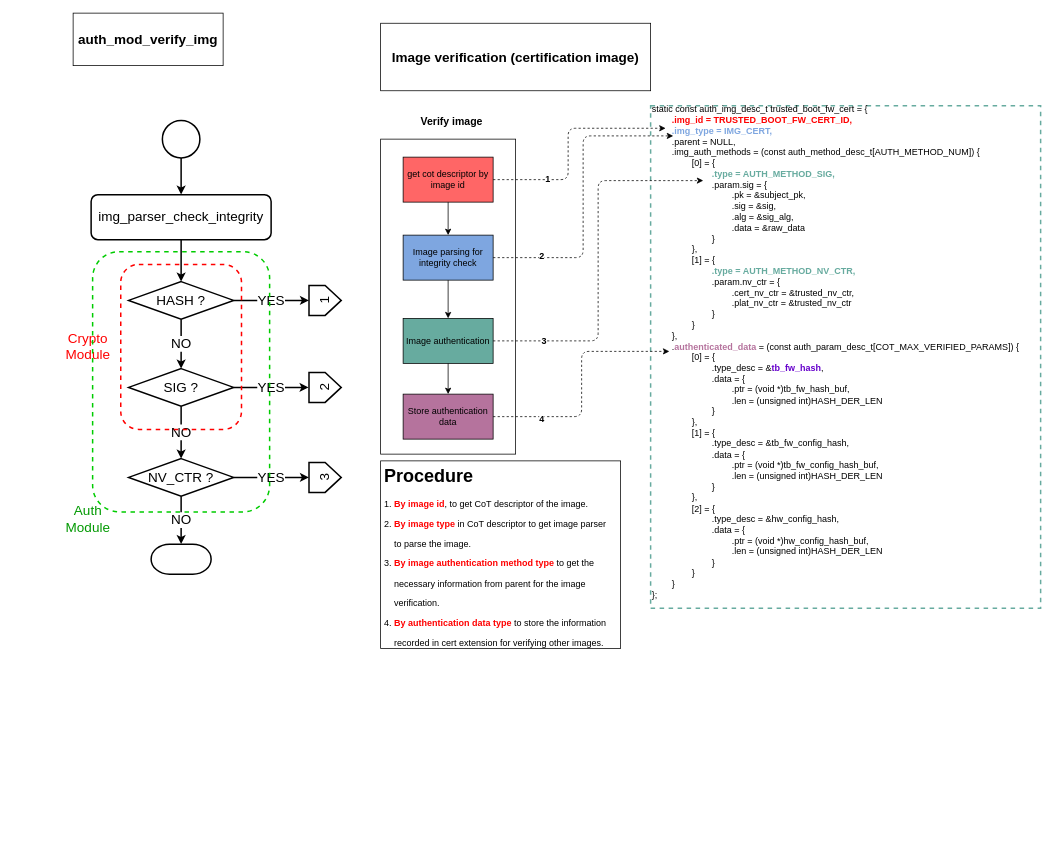
This is page "auth_mod_verify_img" (2 of 11) of mbedx509_parser.drawio from daichin/secureboot, a draw.io file, before an edit. Source tidied: cells renumbered, new cells numbered last; positions are measured from the earlier drawing's top-left corner, leaving out a move shared by most shapes. Both pictures are drawn from the tidied source at 75%, with x=0, y=0 at pixel (73, 13).
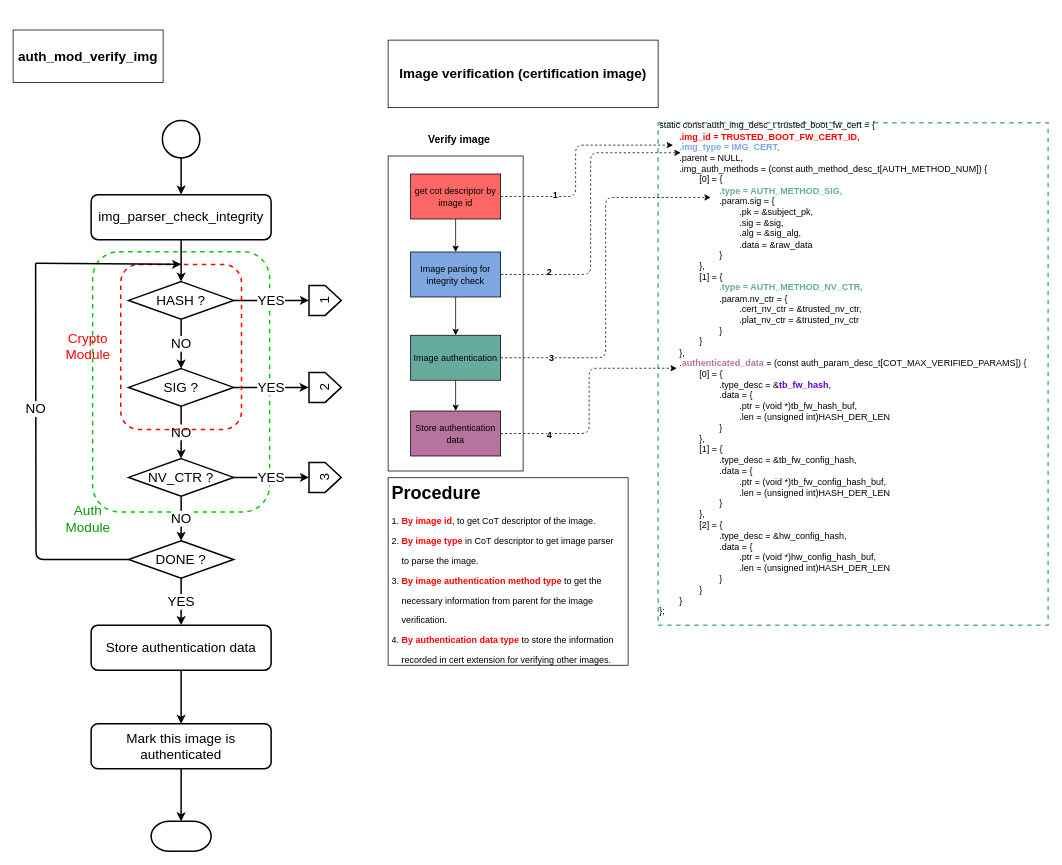
The same page after the edit.

The change refers to these unchanged cells:
```xml
<mxCell id="13" value="NV_CTR ?" style="strokeWidth=2;html=1;shape=mxgraph.flowchart.decision;whiteSpace=wrap;fontSize=18;" parent="1" vertex="1">
  <mxGeometry x="74" y="594" width="140" height="50" as="geometry" />
</mxCell>
<mxCell id="20" value="get cot descriptor by image id" style="rounded=0;whiteSpace=wrap;html=1;strokeColor=#000000;align=center;fillColor=#FF6666;" parent="18" vertex="1">
  <mxGeometry x="30" y="24" width="120" height="60" as="geometry" />
</mxCell>
<mxCell id="43" style="rounded=1;whiteSpace=wrap;html=1;shadow=0;fontSize=18;align=center;fillColor=none;dashed=1;strokeWidth=2;strokeColor=#FF0000;" parent="1" vertex="1">
  <mxGeometry x="63.5" y="335" width="161" height="220" as="geometry" />
</mxCell>
```

Diff of the diagram source:
```diff
@@
+    <mxCell id="45" style="rounded=1;whiteSpace=wrap;html=1;shadow=0;dashed=1;strokeColor=#00CC00;strokeWidth=2;fillColor=none;gradientColor=none;fontSize=18;fontColor=#FF0000;align=center;" parent="1" vertex="1">
+      <mxGeometry x="26" y="318" width="236" height="347" as="geometry" />
+    </mxCell>
@@
     <mxCell id="4" value="auth_mod_verify_img" style="text;html=1;strokeColor=#000000;fillColor=none;align=center;verticalAlign=middle;whiteSpace=wrap;rounded=0;fontSize=18;fontStyle=1;" parent="1" vertex="1">
-      <mxGeometry width="200" height="70" as="geometry" />
+      <mxGeometry x="-80" y="22.5" width="200" height="70" as="geometry" />
     </mxCell>
@@
-    <mxCell id="11" value="NO" style="edgeStyle=orthogonalEdgeStyle;rounded=0;jettySize=auto;html=1;strokeWidth=2;fontStyle=0;fontSize=18;" parent="1" edge="1" source="13" target="14">
+    <mxCell id="11" value="NO" style="edgeStyle=orthogonalEdgeStyle;rounded=0;jettySize=auto;html=1;strokeWidth=2;fontStyle=0;fontSize=18;entryX=0.5;entryY=0;entryDx=0;entryDy=0;entryPerimeter=0;" parent="1" edge="1" source="13" target="49">
       <mxGeometry relative="1" as="geometry" />
     </mxCell>
@@
     <mxCell id="14" style="strokeWidth=2;html=1;shape=mxgraph.flowchart.terminator;whiteSpace=wrap;" parent="1" vertex="1">
-      <mxGeometry x="104" y="708" width="80" height="40" as="geometry" />
+      <mxGeometry x="104" y="1077.5" width="80" height="40" as="geometry" />
     </mxCell>
@@
     <mxCell id="16" value="&lt;div&gt;&lt;div&gt;static const auth_img_desc_t trusted_boot_fw_cert = {&lt;/div&gt;&lt;div&gt;&lt;font color=&quot;#ff0000&quot;&gt;&lt;b&gt;&amp;nbsp; &amp;nbsp; &amp;nbsp; &amp;nbsp; .img_id = TRUSTED_BOOT_FW_CERT_ID,&amp;nbsp;&lt;/b&gt;&lt;/font&gt;&lt;/div&gt;&lt;div&gt;&lt;font color=&quot;#7ea6e0&quot;&gt;&lt;b&gt;&amp;nbsp; &amp;nbsp; &amp;nbsp; &amp;nbsp; .img_type = IMG_CERT,&lt;/b&gt;&lt;/font&gt;&lt;/div&gt;&lt;div&gt;&amp;nbsp; &amp;nbsp; &amp;nbsp; &amp;nbsp; .parent = NULL,&lt;/div&gt;&lt;div&gt;&amp;nbsp; &amp;nbsp; &amp;nbsp; &amp;nbsp; .img_auth_methods = (const auth_method_desc_t[AUTH_METHOD_NUM]) {&lt;/div&gt;&lt;div&gt;&amp;nbsp; &amp;nbsp; &amp;nbsp; &amp;nbsp; &amp;nbsp; &amp;nbsp; &amp;nbsp; &amp;nbsp; [0] = {&lt;/div&gt;&lt;div&gt;&lt;font color=&quot;#67ab9f&quot;&gt;&lt;b&gt;&amp;nbsp; &amp;nbsp; &amp;nbsp; &amp;nbsp; &amp;nbsp; &amp;nbsp; &amp;nbsp; &amp;nbsp; &amp;nbsp; &amp;nbsp; &amp;nbsp; &amp;nbsp; .type = AUTH_METHOD_SIG,&lt;/b&gt;&lt;/font&gt;&lt;/div&gt;&lt;div&gt;&amp;nbsp; &amp;nbsp; &amp;nbsp; &amp;nbsp; &amp;nbsp; &amp;nbsp; &amp;nbsp; &amp;nbsp; &amp;nbsp; &amp;nbsp; &amp;nbsp; &amp;nbsp; .param.sig = {&lt;/div&gt;&lt;div&gt;&amp;nbsp; &amp;nbsp; &amp;nbsp; &amp;nbsp; &amp;nbsp; &amp;nbsp; &amp;nbsp; &amp;nbsp; &amp;nbsp; &amp;nbsp; &amp;nbsp; &amp;nbsp; &amp;nbsp; &amp;nbsp; &amp;nbsp; &amp;nbsp; .pk = &amp;amp;subject_pk,&lt;/div&gt;&lt;div&gt;&amp;nbsp; &amp;nbsp; &amp;nbsp; &amp;nbsp; &amp;nbsp; &amp;nbsp; &amp;nbsp; &amp;nbsp; &amp;nbsp; &amp;nbsp; &amp;nbsp; &amp;nbsp; &amp;nbsp; &amp;nbsp; &amp;nbsp; &amp;nbsp; .sig = &amp;amp;sig,&lt;/div&gt;&lt;div&gt;&amp;nbsp; &amp;nbsp; &amp;nbsp; &amp;nbsp; &amp;nbsp; &amp;nbsp; &amp;nbsp; &amp;nbsp; &amp;nbsp; &amp;nbsp; &amp;nbsp; &amp;nbsp; &amp;nbsp; &amp;nbsp; &amp;nbsp; &amp;nbsp; .alg = &amp;amp;sig_alg,&lt;/div&gt;&lt;div&gt;&amp;nbsp; &amp;nbsp; &amp;nbsp; &amp;nbsp; &amp;nbsp; &amp;nbsp; &amp;nbsp; &amp;nbsp; &amp;nbsp; &amp;nbsp; &amp;nbsp; &amp;nbsp; &amp;nbsp; &amp;nbsp; &amp;nbsp; &amp;nbsp; .data = &amp;amp;raw_data&lt;/div&gt;&lt;div&gt;&amp;nbsp; &amp;nbsp; &amp;nbsp; &amp;nbsp; &amp;nbsp; &amp;nbsp; &amp;nbsp; &amp;nbsp; &amp;nbsp; &amp;nbsp; &amp;nbsp; &amp;nbsp; }&lt;/div&gt;&lt;div&gt;&amp;nbsp; &amp;nbsp; &amp;nbsp; &amp;nbsp; &amp;nbsp; &amp;nbsp; &amp;nbsp; &amp;nbsp; },&lt;/div&gt;&lt;div&gt;&amp;nbsp; &amp;nbsp; &amp;nbsp; &amp;nbsp; &amp;nbsp; &amp;nbsp; &amp;nbsp; &amp;nbsp; [1] = {&lt;/div&gt;&lt;div&gt;&lt;font color=&quot;#67ab9f&quot;&gt;&lt;b&gt;&amp;nbsp; &amp;nbsp; &amp;nbsp; &amp;nbsp; &amp;nbsp; &amp;nbsp; &amp;nbsp; &amp;nbsp; &amp;nbsp; &amp;nbsp; &amp;nbsp; &amp;nbsp; .type = AUTH_METHOD_NV_CTR,&lt;/b&gt;&lt;/font&gt;&lt;/div&gt;&lt;div&gt;&amp;nbsp; &amp;nbsp; &amp;nbsp; &amp;nbsp; &amp;nbsp; &amp;nbsp; &amp;nbsp; &amp;nbsp; &amp;nbsp; &amp;nbsp; &amp;nbsp; &amp;nbsp; .param.nv_ctr = {&lt;/div&gt;&lt;div&gt;&amp;nbsp; &amp;nbsp; &amp;nbsp; &amp;nbsp; &amp;nbsp; &amp;nbsp; &amp;nbsp; &amp;nbsp; &amp;nbsp; &amp;nbsp; &amp;nbsp; &amp;nbsp; &amp;nbsp; &amp;nbsp; &amp;nbsp; &amp;nbsp; .cert_nv_ctr = &amp;amp;trusted_nv_ctr,&lt;/div&gt;&lt;div&gt;&amp;nbsp; &amp;nbsp; &amp;nbsp; &amp;nbsp; &amp;nbsp; &amp;nbsp; &amp;nbsp; &amp;nbsp; &amp;nbsp; &amp;nbsp; &amp;nbsp; &amp;nbsp; &amp;nbsp; &amp;nbsp; &amp;nbsp; &amp;nbsp; .plat_nv_ctr = &amp;amp;trusted_nv_ctr&lt;/div&gt;&lt;div&gt;&amp;nbsp; &amp;nbsp; &amp;nbsp; &amp;nbsp; &amp;nbsp; &amp;nbsp; &amp;nbsp; &amp;nbsp; &amp;nbsp; &amp;nbsp; &amp;nbsp; &amp;nbsp; }&lt;/div&gt;&lt;div&gt;&amp;nbsp; &amp;nbsp; &amp;nbsp; &amp;nbsp; &amp;nbsp; &amp;nbsp; &amp;nbsp; &amp;nbsp; }&lt;/div&gt;&lt;div&gt;&amp;nbsp; &amp;nbsp; &amp;nbsp; &amp;nbsp; },&lt;/div&gt;&lt;div&gt;&amp;nbsp; &amp;nbsp; &amp;nbsp; &amp;nbsp; .&lt;font color=&quot;#b5739d&quot;&gt;&lt;b&gt;authenticated_data &lt;/b&gt;&lt;/font&gt;= (const auth_param_desc_t[COT_MAX_VERIFIED_PARAMS]) {&lt;/div&gt;&lt;div&gt;&amp;nbsp; &amp;nbsp; &amp;nbsp; &amp;nbsp; &amp;nbsp; &amp;nbsp; &amp;nbsp; &amp;nbsp; [0] = {&lt;/div&gt;&lt;div&gt;&amp;nbsp; &amp;nbsp; &amp;nbsp; &amp;nbsp; &amp;nbsp; &amp;nbsp; &amp;nbsp; &amp;nbsp; &amp;nbsp; &amp;nbsp; &amp;nbsp; &amp;nbsp; .type_desc = &amp;amp;&lt;font color=&quot;#6600cc&quot;&gt;&lt;b&gt;tb_fw_hash&lt;/b&gt;&lt;/font&gt;,&lt;/div&gt;&lt;div&gt;&amp;nbsp; &amp;nbsp; &amp;nbsp; &amp;nbsp; &amp;nbsp; &amp;nbsp; &amp;nbsp; &amp;nbsp; &amp;nbsp; &amp;nbsp; &amp;nbsp; &amp;nbsp; .data = {&lt;/div&gt;&lt;div&gt;&amp;nbsp; &amp;nbsp; &amp;nbsp; &amp;nbsp; &amp;nbsp; &amp;nbsp; &amp;nbsp; &amp;nbsp; &amp;nbsp; &amp;nbsp; &amp;nbsp; &amp;nbsp; &amp;nbsp; &amp;nbsp; &amp;nbsp; &amp;nbsp; .ptr = (void *)tb_fw_hash_buf,&lt;/div&gt;&lt;div&gt;&amp;nbsp; &amp;nbsp; &amp;nbsp; &amp;nbsp; &amp;nbsp; &amp;nbsp; &amp;nbsp; &amp;nbsp; &amp;nbsp; &amp;nbsp; &amp;nbsp; &amp;nbsp; &amp;nbsp; &amp;nbsp; &amp;nbsp; &amp;nbsp; .len = (unsigned int)HASH_DER_LEN&lt;/div&gt;&lt;div&gt;&amp;nbsp; &amp;nbsp; &amp;nbsp; &amp;nbsp; &amp;nbsp; &amp;nbsp; &amp;nbsp; &amp;nbsp; &amp;nbsp; &amp;nbsp; &amp;nbsp; &amp;nbsp; }&lt;/div&gt;&lt;div&gt;&amp;nbsp; &amp;nbsp; &amp;nbsp; &amp;nbsp; &amp;nbsp; &amp;nbsp; &amp;nbsp; &amp;nbsp; },&lt;/div&gt;&lt;div&gt;&amp;nbsp; &amp;nbsp; &amp;nbsp; &amp;nbsp; &amp;nbsp; &amp;nbsp; &amp;nbsp; &amp;nbsp; [1] = {&lt;/div&gt;&lt;div&gt;&amp;nbsp; &amp;nbsp; &amp;nbsp; &amp;nbsp; &amp;nbsp; &amp;nbsp; &amp;nbsp; &amp;nbsp; &amp;nbsp; &amp;nbsp; &amp;nbsp; &amp;nbsp; .type_desc = &amp;amp;tb_fw_config_hash,&lt;/div&gt;&lt;div&gt;&amp;nbsp; &amp;nbsp; &amp;nbsp; &amp;nbsp; &amp;nbsp; &amp;nbsp; &amp;nbsp; &amp;nbsp; &amp;nbsp; &amp;nbsp; &amp;nbsp; &amp;nbsp; .data = {&lt;/div&gt;&lt;div&gt;&amp;nbsp; &amp;nbsp; &amp;nbsp; &amp;nbsp; &amp;nbsp; &amp;nbsp; &amp;nbsp; &amp;nbsp; &amp;nbsp; &amp;nbsp; &amp;nbsp; &amp;nbsp; &amp;nbsp; &amp;nbsp; &amp;nbsp; &amp;nbsp; .ptr = (void *)tb_fw_config_hash_buf,&lt;/div&gt;&lt;div&gt;&amp;nbsp; &amp;nbsp; &amp;nbsp; &amp;nbsp; &amp;nbsp; &amp;nbsp; &amp;nbsp; &amp;nbsp; &amp;nbsp; &amp;nbsp; &amp;nbsp; &amp;nbsp; &amp;nbsp; &amp;nbsp; &amp;nbsp; &amp;nbsp; .len = (unsigned int)HASH_DER_LEN&lt;/div&gt;&lt;div&gt;&amp;nbsp; &amp;nbsp; &amp;nbsp; &amp;nbsp; &amp;nbsp; &amp;nbsp; &amp;nbsp; &amp;nbsp; &amp;nbsp; &amp;nbsp; &amp;nbsp; &amp;nbsp; }&lt;/div&gt;&lt;div&gt;&amp;nbsp; &amp;nbsp; &amp;nbsp; &amp;nbsp; &amp;nbsp; &amp;nbsp; &amp;nbsp; &amp;nbsp; },&lt;/div&gt;&lt;div&gt;&amp;nbsp; &amp;nbsp; &amp;nbsp; &amp;nbsp; &amp;nbsp; &amp;nbsp; &amp;nbsp; &amp;nbsp; [2] = {&lt;/div&gt;&lt;div&gt;&amp;nbsp; &amp;nbsp; &amp;nbsp; &amp;nbsp; &amp;nbsp; &amp;nbsp; &amp;nbsp; &amp;nbsp; &amp;nbsp; &amp;nbsp; &amp;nbsp; &amp;nbsp; .type_desc = &amp;amp;hw_config_hash,&lt;/div&gt;&lt;div&gt;&amp;nbsp; &amp;nbsp; &amp;nbsp; &amp;nbsp; &amp;nbsp; &amp;nbsp; &amp;nbsp; &amp;nbsp; &amp;nbsp; &amp;nbsp; &amp;nbsp; &amp;nbsp; .data = {&lt;/div&gt;&lt;div&gt;&amp;nbsp; &amp;nbsp; &amp;nbsp; &amp;nbsp; &amp;nbsp; &amp;nbsp; &amp;nbsp; &amp;nbsp; &amp;nbsp; &amp;nbsp; &amp;nbsp; &amp;nbsp; &amp;nbsp; &amp;nbsp; &amp;nbsp; &amp;nbsp; .ptr = (void *)hw_config_hash_buf,&lt;/div&gt;&lt;div&gt;&amp;nbsp; &amp;nbsp; &amp;nbsp; &amp;nbsp; &amp;nbsp; &amp;nbsp; &amp;nbsp; &amp;nbsp; &amp;nbsp; &amp;nbsp; &amp;nbsp; &amp;nbsp; &amp;nbsp; &amp;nbsp; &amp;nbsp; &amp;nbsp; .len = (unsigned int)HASH_DER_LEN&lt;/div&gt;&lt;div&gt;&amp;nbsp; &amp;nbsp; &amp;nbsp; &amp;nbsp; &amp;nbsp; &amp;nbsp; &amp;nbsp; &amp;nbsp; &amp;nbsp; &amp;nbsp; &amp;nbsp; &amp;nbsp; }&lt;/div&gt;&lt;div&gt;&amp;nbsp; &amp;nbsp; &amp;nbsp; &amp;nbsp; &amp;nbsp; &amp;nbsp; &amp;nbsp; &amp;nbsp; }&lt;/div&gt;&lt;div&gt;&amp;nbsp; &amp;nbsp; &amp;nbsp; &amp;nbsp; }&lt;/div&gt;&lt;div&gt;};&lt;/div&gt;&lt;/div&gt;&lt;div&gt;&lt;br&gt;&lt;/div&gt;" style="rounded=0;whiteSpace=wrap;html=1;align=left;dashed=1;strokeColor=#67AB9F;strokeWidth=2;" parent="1" vertex="1">
-      <mxGeometry x="770" y="123.5" width="520" height="670" as="geometry" />
+      <mxGeometry x="780" y="146" width="520" height="670" as="geometry" />
     </mxCell>
     <mxCell id="17" value="Image verification (certification image)" style="text;html=1;strokeColor=#000000;fillColor=none;align=center;verticalAlign=middle;whiteSpace=wrap;rounded=0;fontSize=18;fontStyle=1;" parent="1" vertex="1">
-      <mxGeometry x="410" y="13.5" width="360" height="90" as="geometry" />
+      <mxGeometry x="420" y="36" width="360" height="90" as="geometry" />
     </mxCell>
     <mxCell id="18" style="group;" parent="1" vertex="1">
-      <mxGeometry x="410" y="168" width="180" height="420" as="geometry" />
+      <mxGeometry x="420" y="190.5" width="180" height="420" as="geometry" />
     </mxCell>
@@
     <mxCell id="27" value="&lt;b&gt;&lt;font style=&quot;font-size: 14px&quot;&gt;Verify image&lt;/font&gt;&lt;/b&gt;" style="text;html=1;strokeColor=none;fillColor=none;align=center;verticalAlign=middle;whiteSpace=wrap;rounded=0;" parent="1" vertex="1">
-      <mxGeometry x="450" y="135" width="110" height="20" as="geometry" />
+      <mxGeometry x="460" y="157.5" width="110" height="20" as="geometry" />
     </mxCell>
     <mxCell id="28" style="edgeStyle=elbowEdgeStyle;elbow=horizontal;endArrow=classic;html=1;dashed=1;fontSize=12;exitX=1;exitY=0.5;exitDx=0;exitDy=0;" parent="1" edge="1" source="20">
       <mxGeometry relative="1" as="geometry">
-        <mxPoint x="790" y="153.5" as="targetPoint" />
+        <mxPoint x="800" y="176" as="targetPoint" />
         <Array as="points">
-          <mxPoint x="660" y="193.5" />
+          <mxPoint x="670" y="216" />
         </Array>
       </mxGeometry>
     </mxCell>
@@
     <mxCell id="36" style="rounded=0;whiteSpace=wrap;html=1;dashed=1;strokeColor=#67AB9F;fontSize=12;align=left;" parent="1" vertex="1">
-      <mxGeometry x="795" y="443.5" height="15" as="geometry" />
+      <mxGeometry x="805" y="466" height="15" as="geometry" />
     </mxCell>
     <mxCell id="37" value="&lt;h1&gt;Procedure&lt;/h1&gt;&lt;p&gt;1. &lt;font color=&quot;#ff0000&quot;&gt;&lt;b&gt;By image id&lt;/b&gt;&lt;/font&gt;, to&amp;nbsp;&lt;span&gt;get CoT descriptor of the image.&lt;/span&gt;&lt;/p&gt;&lt;p&gt;2. &lt;font color=&quot;#ff0000&quot;&gt;&lt;b&gt;By image type&lt;/b&gt;&lt;/font&gt; in CoT descriptor to get image parser&amp;nbsp;&lt;/p&gt;&lt;p&gt;&amp;nbsp; &amp;nbsp; to parse the image.&lt;/p&gt;&lt;p&gt;3. &lt;b&gt;&lt;font color=&quot;#ff0000&quot;&gt;By image authentication method type&lt;/font&gt;&lt;/b&gt; to get the&amp;nbsp;&lt;/p&gt;&lt;p&gt;&amp;nbsp; &amp;nbsp; necessary&amp;nbsp;&lt;span&gt;information from parent for the image&amp;nbsp;&lt;/span&gt;&lt;/p&gt;&lt;p&gt;&lt;span&gt;&amp;nbsp; &amp;nbsp; verification.&lt;/span&gt;&lt;/p&gt;&lt;p&gt;4. &lt;b&gt;&lt;font color=&quot;#ff0000&quot;&gt;By authentication data type&lt;/font&gt;&lt;/b&gt; to store the information&amp;nbsp;&amp;nbsp;&lt;/p&gt;&lt;p&gt;&amp;nbsp; &amp;nbsp; recorded in cert extension for verifying other images.&lt;/p&gt;&lt;p&gt;&lt;br&gt;&lt;/p&gt;" style="text;html=1;strokeColor=#000000;fillColor=none;spacing=5;spacingTop=-20;whiteSpace=wrap;overflow=hidden;rounded=0;fontSize=12;align=left;" parent="1" vertex="1">
-      <mxGeometry x="410" y="597" width="320" height="250" as="geometry" />
+      <mxGeometry x="420" y="619.5" width="320" height="250" as="geometry" />
     </mxCell>
@@
-    <mxCell id="45" style="rounded=1;whiteSpace=wrap;html=1;shadow=0;dashed=1;strokeColor=#00CC00;strokeWidth=2;fillColor=none;gradientColor=none;fontSize=18;fontColor=#FF0000;align=center;" parent="1" vertex="1">
-      <mxGeometry x="26" y="318" width="236" height="347" as="geometry" />
-    </mxCell>
@@
+    <mxCell id="47" value="NO" style="edgeStyle=orthogonalEdgeStyle;rounded=1;jettySize=auto;html=1;exitX=0;exitY=0.5;exitDx=0;exitDy=0;exitPerimeter=0;endArrow=none;endFill=0;strokeColor=#000000;strokeWidth=2;fontFamily=Helvetica;fontSize=18;fontColor=#000000;" parent="1" edge="1" source="49">
+      <mxGeometry x="0.25" relative="1" as="geometry">
+        <mxPoint x="-50" y="333.5" as="targetPoint" />
+      </mxGeometry>
+    </mxCell>
+    <mxCell id="48" value="YES" style="edgeStyle=orthogonalEdgeStyle;rounded=1;jettySize=auto;html=1;endArrow=classic;endFill=1;strokeColor=#000000;strokeWidth=2;fontFamily=Helvetica;fontSize=18;fontColor=#000000;" parent="1" edge="1" source="49" target="52">
+      <mxGeometry relative="1" as="geometry" />
+    </mxCell>
+    <mxCell id="49" value="DONE ?" style="strokeWidth=2;html=1;shape=mxgraph.flowchart.decision;whiteSpace=wrap;fontSize=18;" parent="1" vertex="1">
+      <mxGeometry x="74" y="703.5" width="140" height="50" as="geometry" />
+    </mxCell>
+    <mxCell id="50" style="endArrow=classic;html=1;strokeColor=#000000;strokeWidth=2;fontFamily=Helvetica;fontSize=18;fontColor=#000000;entryX=0.5;entryY=0;entryDx=0;entryDy=0;" parent="1" edge="1" target="43">
+      <mxGeometry relative="1" as="geometry">
+        <mxPoint x="-50" y="333.5" as="sourcePoint" />
+      </mxGeometry>
+    </mxCell>
+    <mxCell id="51" style="edgeStyle=orthogonalEdgeStyle;rounded=1;jettySize=auto;html=1;endArrow=classic;endFill=1;strokeColor=#000000;strokeWidth=2;fontFamily=Helvetica;fontSize=18;fontColor=#000000;" parent="1" edge="1" source="52" target="54">
+      <mxGeometry relative="1" as="geometry" />
+    </mxCell>
+    <mxCell id="52" value="Store authentication data" style="rounded=1;whiteSpace=wrap;html=1;fontSize=18;strokeWidth=2;" parent="1" vertex="1">
+      <mxGeometry x="24" y="816" width="240" height="60" as="geometry" />
+    </mxCell>
+    <mxCell id="53" style="edgeStyle=orthogonalEdgeStyle;rounded=1;jettySize=auto;html=1;endArrow=classic;endFill=1;strokeColor=#000000;strokeWidth=2;fontFamily=Helvetica;fontSize=18;fontColor=#000000;" parent="1" edge="1" source="54" target="14">
+      <mxGeometry relative="1" as="geometry" />
+    </mxCell>
+    <mxCell id="54" value="Mark this image is authenticated" style="rounded=1;whiteSpace=wrap;html=1;fontSize=18;strokeWidth=2;" parent="1" vertex="1">
+      <mxGeometry x="24" y="947.5" width="240" height="60" as="geometry" />
+    </mxCell>
```
